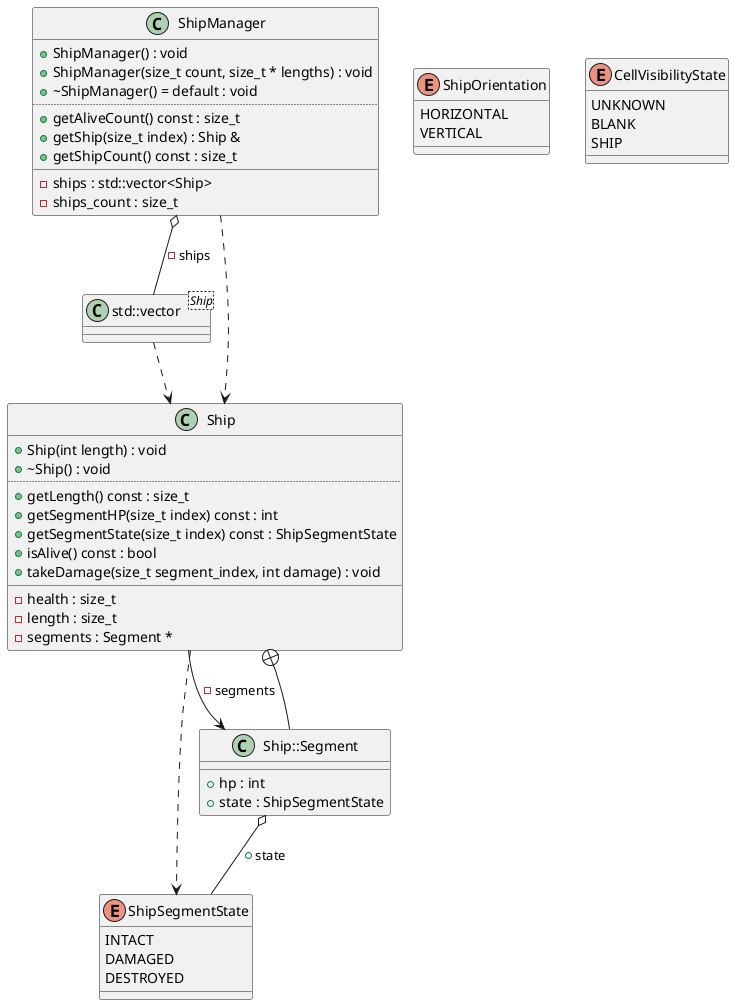
The PlantUML diagram diagrams/ShipManager.png in Rennelv/ships, before a commit.
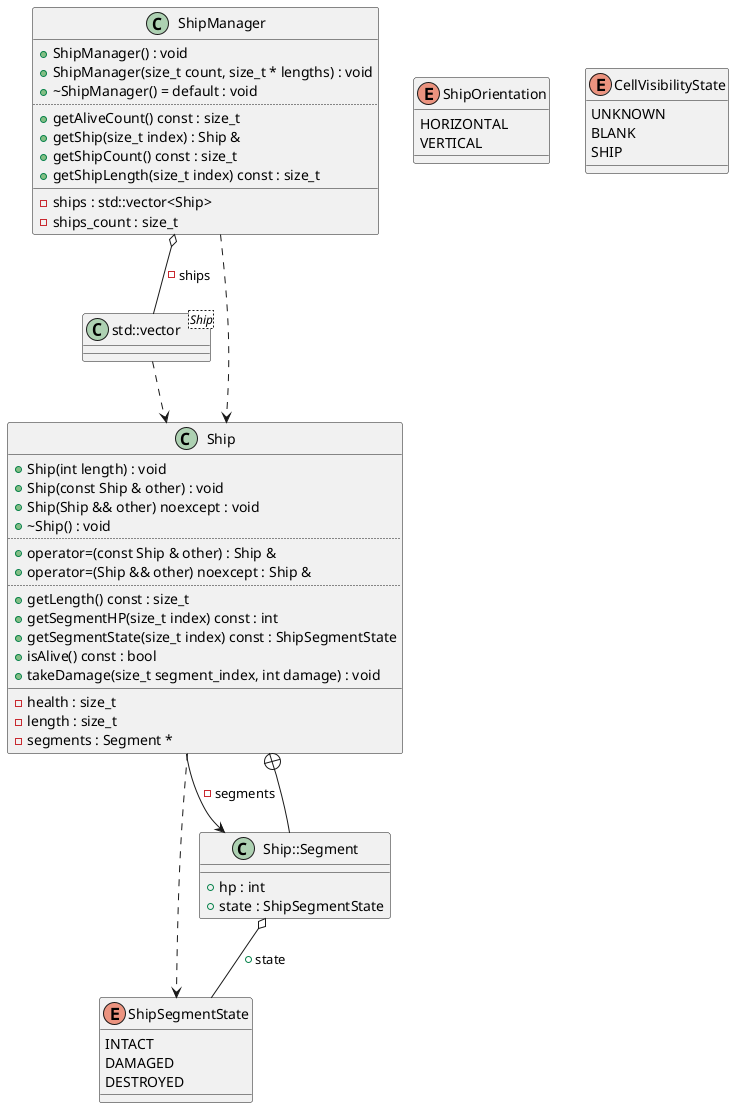
The same diagram one commit later.

The edit, as a diff of the source:
```diff
@@ -23,7 +23,12 @@
 class "Ship" as C_0014529657433315016423
 class C_0014529657433315016423 {
 +Ship(int length) : void
++Ship(const Ship & other) : void
++Ship(Ship && other) noexcept : void
 +~Ship() : void
+..
++operator=(const Ship & other) : Ship &
++operator=(Ship && other) noexcept : Ship &
 ..
 +getLength() const : size_t
 +getSegmentHP(size_t index) const : int
@@ -50,6 +55,7 @@
 +getAliveCount() const : size_t
 +getShip(size_t index) : Ship &
 +getShipCount() const : size_t
++getShipLength(size_t index) const : size_t
 __
 -ships : std::vector<Ship>
 -ships_count : size_t
```
